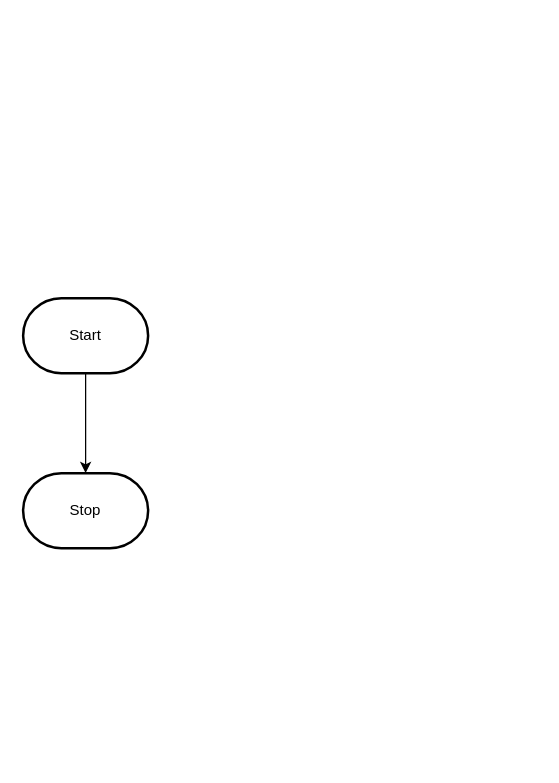
This is design/flowchart.drawio from MTHS-ICS2O-2-2022/ICS2O-Unit-6-02-Fares-Abdelkader, a draw.io file, before an edit. Source tidied: cells renumbered, new cells numbered last; positions are measured from the earlier drawing's top-left corner, leaving out a move shared by most shapes. Both pictures are drawn from the tidied source at 125%, with x=0, y=0 at pixel (22, 298).
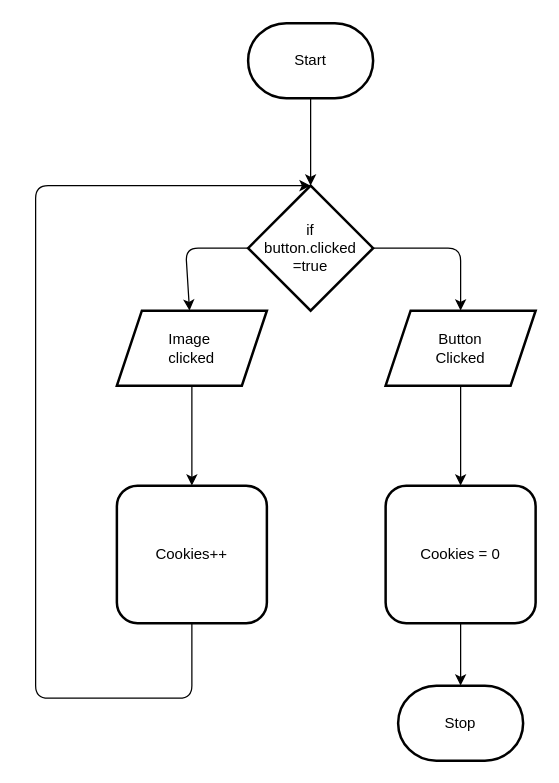
After the change.

What changed in the source:
```diff
@@
-    <mxCell id="2" style="edgeStyle=orthogonalEdgeStyle;html=1;rounded=0;" parent="1" edge="1" source="3" target="4">
-      <mxGeometry relative="1" as="geometry" />
-    </mxCell>
+    <mxCell id="5" style="edgeStyle=none;html=1;" parent="1" edge="1" source="3" target="8">
+      <mxGeometry relative="1" as="geometry" />
+    </mxCell>
     <mxCell id="3" value="Start" style="strokeWidth=2;html=1;shape=mxgraph.flowchart.terminator;whiteSpace=wrap;" parent="1" vertex="1">
-      <mxGeometry width="100" height="60" as="geometry" />
+      <mxGeometry x="180" y="-220" width="100" height="60" as="geometry" />
     </mxCell>
     <mxCell id="4" value="Stop" style="strokeWidth=2;html=1;shape=mxgraph.flowchart.terminator;whiteSpace=wrap;" parent="1" vertex="1">
-      <mxGeometry y="140" width="100" height="60" as="geometry" />
+      <mxGeometry x="300" y="310" width="100" height="60" as="geometry" />
     </mxCell>
+    <mxCell id="6" style="edgeStyle=none;html=1;" parent="1" edge="1" source="8" target="10">
+      <mxGeometry relative="1" as="geometry">
+        <Array as="points">
+          <mxPoint x="130" y="-40" />
+        </Array>
+      </mxGeometry>
+    </mxCell>
+    <mxCell id="7" style="edgeStyle=none;html=1;" parent="1" edge="1" source="8" target="12">
+      <mxGeometry relative="1" as="geometry">
+        <Array as="points">
+          <mxPoint x="350" y="-40" />
+        </Array>
+      </mxGeometry>
+    </mxCell>
+    <mxCell id="8" value="if &lt;br&gt;button.clicked&lt;br&gt;=true" style="rhombus;whiteSpace=wrap;html=1;strokeWidth=2;" parent="1" vertex="1">
+      <mxGeometry x="180" y="-90" width="100" height="100" as="geometry" />
+    </mxCell>
+    <mxCell id="9" style="edgeStyle=none;html=1;entryX=0.5;entryY=0;entryDx=0;entryDy=0;" parent="1" edge="1" source="10" target="16">
+      <mxGeometry relative="1" as="geometry" />
+    </mxCell>
+    <mxCell id="10" value="Image&amp;nbsp;&lt;br&gt;clicked" style="shape=parallelogram;perimeter=parallelogramPerimeter;whiteSpace=wrap;html=1;fixedSize=1;strokeWidth=2;" parent="1" vertex="1">
+      <mxGeometry x="75" y="10" width="120" height="60" as="geometry" />
+    </mxCell>
+    <mxCell id="11" style="edgeStyle=none;html=1;" parent="1" edge="1" source="12" target="14">
+      <mxGeometry relative="1" as="geometry" />
+    </mxCell>
+    <mxCell id="12" value="Button&lt;br&gt;Clicked" style="shape=parallelogram;perimeter=parallelogramPerimeter;whiteSpace=wrap;html=1;fixedSize=1;strokeWidth=2;" parent="1" vertex="1">
+      <mxGeometry x="290" y="10" width="120" height="60" as="geometry" />
+    </mxCell>
+    <mxCell id="13" style="edgeStyle=none;html=1;" parent="1" edge="1" source="14" target="4">
+      <mxGeometry relative="1" as="geometry" />
+    </mxCell>
+    <mxCell id="14" value="Cookies = 0" style="rounded=1;whiteSpace=wrap;html=1;strokeWidth=2;" parent="1" vertex="1">
+      <mxGeometry x="290" y="150" width="120" height="110" as="geometry" />
+    </mxCell>
+    <mxCell id="15" style="edgeStyle=none;html=1;exitX=0.5;exitY=1;exitDx=0;exitDy=0;" parent="1" edge="1" source="16">
+      <mxGeometry relative="1" as="geometry">
+        <mxPoint x="230" y="-90" as="targetPoint" />
+        <Array as="points">
+          <mxPoint x="135" y="320" />
+          <mxPoint x="10" y="320" />
+          <mxPoint x="10" y="-90" />
+        </Array>
+      </mxGeometry>
+    </mxCell>
+    <mxCell id="16" value="Cookies++" style="rounded=1;whiteSpace=wrap;html=1;strokeWidth=2;" parent="1" vertex="1">
+      <mxGeometry x="75" y="150" width="120" height="110" as="geometry" />
+    </mxCell>
```
